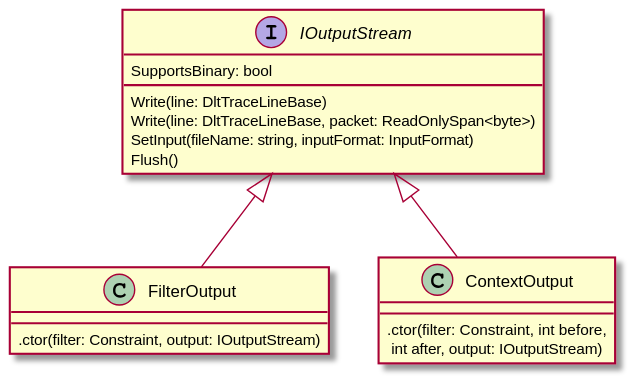
Above: apps/DltDump/docs/out/diagrams/outputstreamfilter/Domain.OutputStreamFilter.svg in jcurl/RJCP.DLL.Log (PlantUML), before the change. Its diagram source:
```plantuml
@startuml Domain.OutputStreamFilter

interface IOutputStream {
    SupportsBinary: bool
    Write(line: DltTraceLineBase)
    Write(line: DltTraceLineBase, packet: ReadOnlySpan<byte>)
    SetInput(fileName: string, inputFormat: InputFormat)
    Flush()
}

class FilterOutput {
    .ctor(filter: Constraint, output: IOutputStream)
}
IOutputStream <|-d- FilterOutput

class ContextOutput {
    .ctor(filter: Constraint, int before,\n int after, output: IOutputStream)
}
IOutputStream <|-d- ContextOutput

@enduml
```
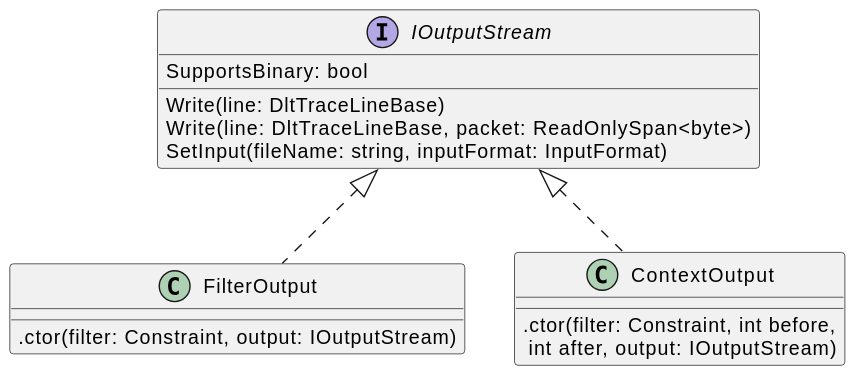
After the change.

Diff of the diagram source:
```diff
@@ -1,21 +1,18 @@
-@startuml Domain.OutputStreamFilter
-
+@startuml
 interface IOutputStream {
     SupportsBinary: bool
     Write(line: DltTraceLineBase)
     Write(line: DltTraceLineBase, packet: ReadOnlySpan<byte>)
     SetInput(fileName: string, inputFormat: InputFormat)
-    Flush()
 }
 
 class FilterOutput {
     .ctor(filter: Constraint, output: IOutputStream)
 }
-IOutputStream <|-d- FilterOutput
+IOutputStream <|.d. FilterOutput
 
 class ContextOutput {
     .ctor(filter: Constraint, int before,\n int after, output: IOutputStream)
 }
-IOutputStream <|-d- ContextOutput
-
+IOutputStream <|.d. ContextOutput
 @enduml
```
